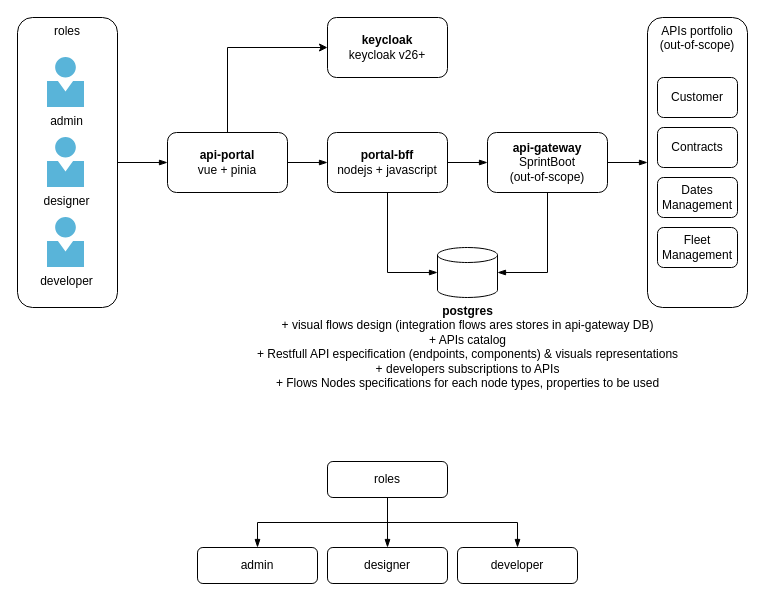
ianache/apiportal keeps this draw.io diagram as page "UI" (1 of 2) of documentations/apiportal.drawio. Above is the earlier version. Source tidied: cells renumbered, new cells numbered last; positions are measured from the earlier drawing's top-left corner, leaving out a move shared by most shapes. Both pictures are drawn from the tidied source at 100%, with x=0, y=0 at pixel (17, 17).
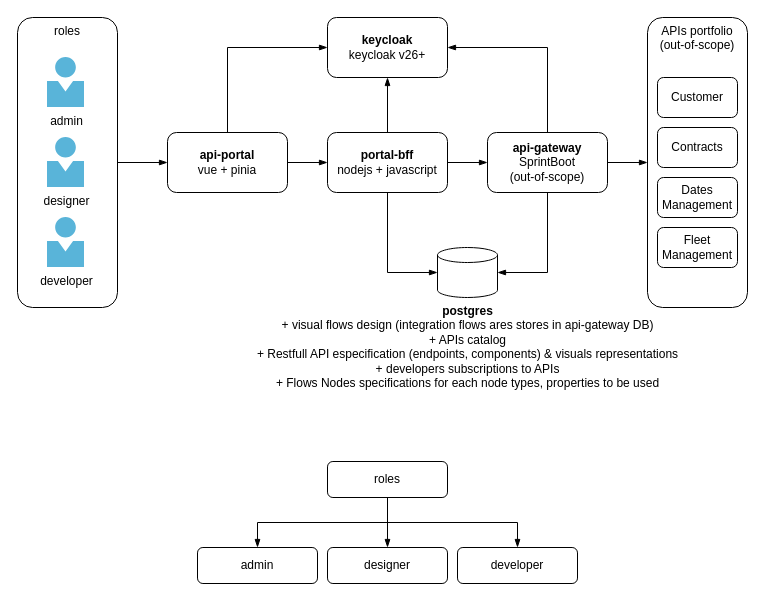
After the change.

Unchanged cells that the change refers to:
```xml
<mxCell id="6" value="&lt;div&gt;&lt;span style=&quot;background-color: transparent; color: light-dark(rgb(0, 0, 0), rgb(255, 255, 255));&quot;&gt;&lt;b&gt;api-portal&lt;/b&gt;&lt;/span&gt;&lt;/div&gt;&lt;div&gt;vue + pinia&lt;/div&gt;" style="rounded=1;whiteSpace=wrap;html=1;" parent="1" vertex="1">
  <mxGeometry x="150" y="115" width="120" height="60" as="geometry" />
</mxCell>
<mxCell id="11" value="&lt;div&gt;&lt;span style=&quot;background-color: transparent; color: light-dark(rgb(0, 0, 0), rgb(255, 255, 255));&quot;&gt;&lt;b&gt;portal-bff&lt;/b&gt;&lt;/span&gt;&lt;/div&gt;&lt;div&gt;nodejs + javascript&lt;/div&gt;" style="rounded=1;whiteSpace=wrap;html=1;" parent="1" vertex="1">
  <mxGeometry x="310" y="115" width="120" height="60" as="geometry" />
</mxCell>
<mxCell id="13" value="&lt;div&gt;&lt;span style=&quot;background-color: transparent; color: light-dark(rgb(0, 0, 0), rgb(255, 255, 255));&quot;&gt;&lt;b&gt;api-gateway&lt;/b&gt;&lt;/span&gt;&lt;/div&gt;&lt;div&gt;SprintBoot&lt;/div&gt;&lt;div&gt;(out-of-scope)&lt;/div&gt;" style="rounded=1;whiteSpace=wrap;html=1;" parent="1" vertex="1">
  <mxGeometry x="470" y="115" width="120" height="60" as="geometry" />
</mxCell>
<mxCell id="22" value="&lt;div&gt;&lt;span style=&quot;background-color: transparent; color: light-dark(rgb(0, 0, 0), rgb(255, 255, 255));&quot;&gt;&lt;b&gt;keycloak&lt;/b&gt;&lt;/span&gt;&lt;/div&gt;&lt;div&gt;keycloak v26+&lt;/div&gt;" style="rounded=1;whiteSpace=wrap;html=1;" parent="1" vertex="1">
  <mxGeometry x="310" width="120" height="60" as="geometry" />
</mxCell>
```

What changed in the source:
```diff
@@
-    <mxCell id="5" style="edgeStyle=orthogonalEdgeStyle;rounded=0;jettySize=auto;html=1;entryX=0;entryY=0.5;entryDx=0;entryDy=0;exitX=0.5;exitY=0;exitDx=0;exitDy=0;" parent="1" edge="1" source="6" target="22">
+    <mxCell id="5" style="edgeStyle=orthogonalEdgeStyle;rounded=0;jettySize=auto;html=1;entryX=0;entryY=0.5;entryDx=0;entryDy=0;exitX=0.5;exitY=0;exitDx=0;exitDy=0;endArrow=blockThin;endFill=1;" parent="1" edge="1" source="6" target="22">
       <mxGeometry relative="1" as="geometry" />
     </mxCell>
@@
+    <mxCell id="30" style="edgeStyle=orthogonalEdgeStyle;rounded=0;jettySize=auto;html=1;exitX=0.5;exitY=0;exitDx=0;exitDy=0;entryX=0.5;entryY=1;entryDx=0;entryDy=0;endArrow=blockThin;endFill=1;" parent="1" edge="1" source="11" target="22">
+      <mxGeometry relative="1" as="geometry" />
+    </mxCell>
@@
+    <mxCell id="31" style="edgeStyle=orthogonalEdgeStyle;rounded=0;jettySize=auto;html=1;entryX=1;entryY=0.5;entryDx=0;entryDy=0;exitX=0.5;exitY=0;exitDx=0;exitDy=0;endArrow=blockThin;endFill=1;" parent="1" edge="1" source="13" target="22">
+      <mxGeometry relative="1" as="geometry" />
+    </mxCell>
```
